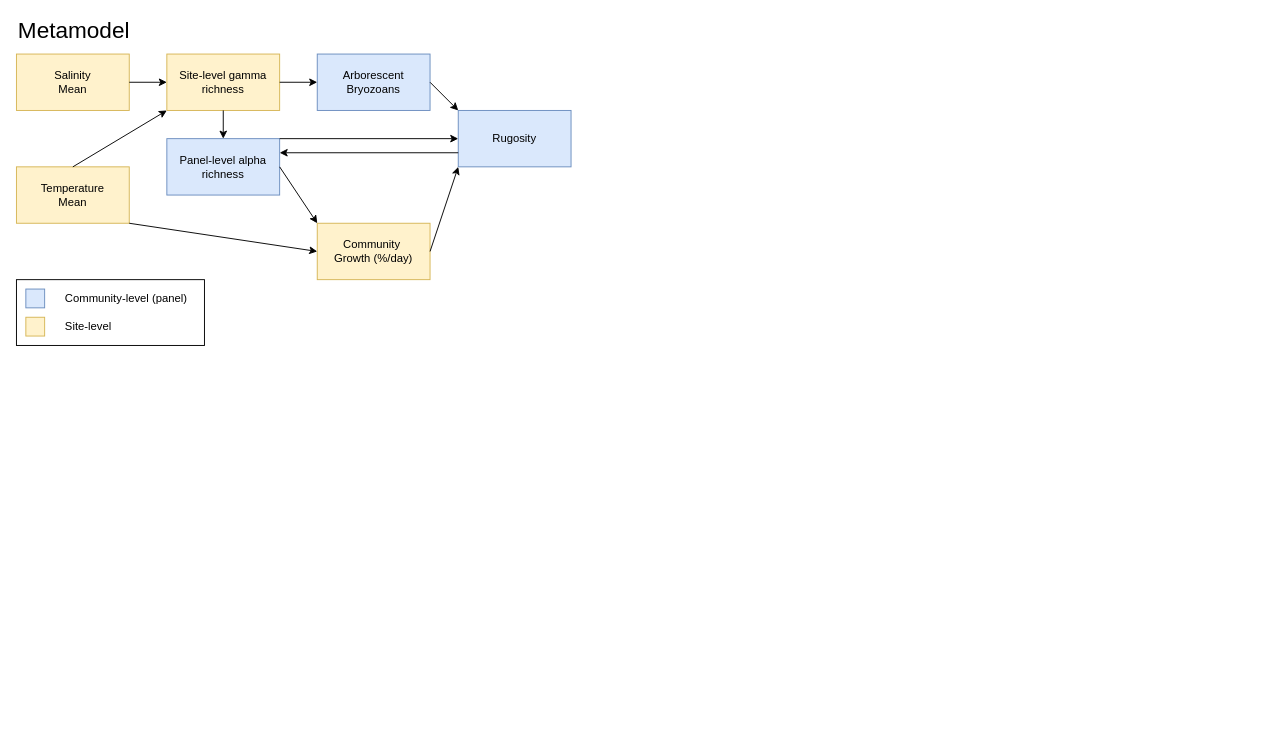
The draw.io diagram sem/Untitled Diagram.drawio in mawhal/panels-complexity, before the edit. Source tidied: cells renumbered, new cells numbered last; positions are measured from the earlier drawing's top-left corner, leaving out a move shared by most shapes. Both pictures are drawn from the tidied source at 94%, with x=0, y=0 at pixel (16, 16).
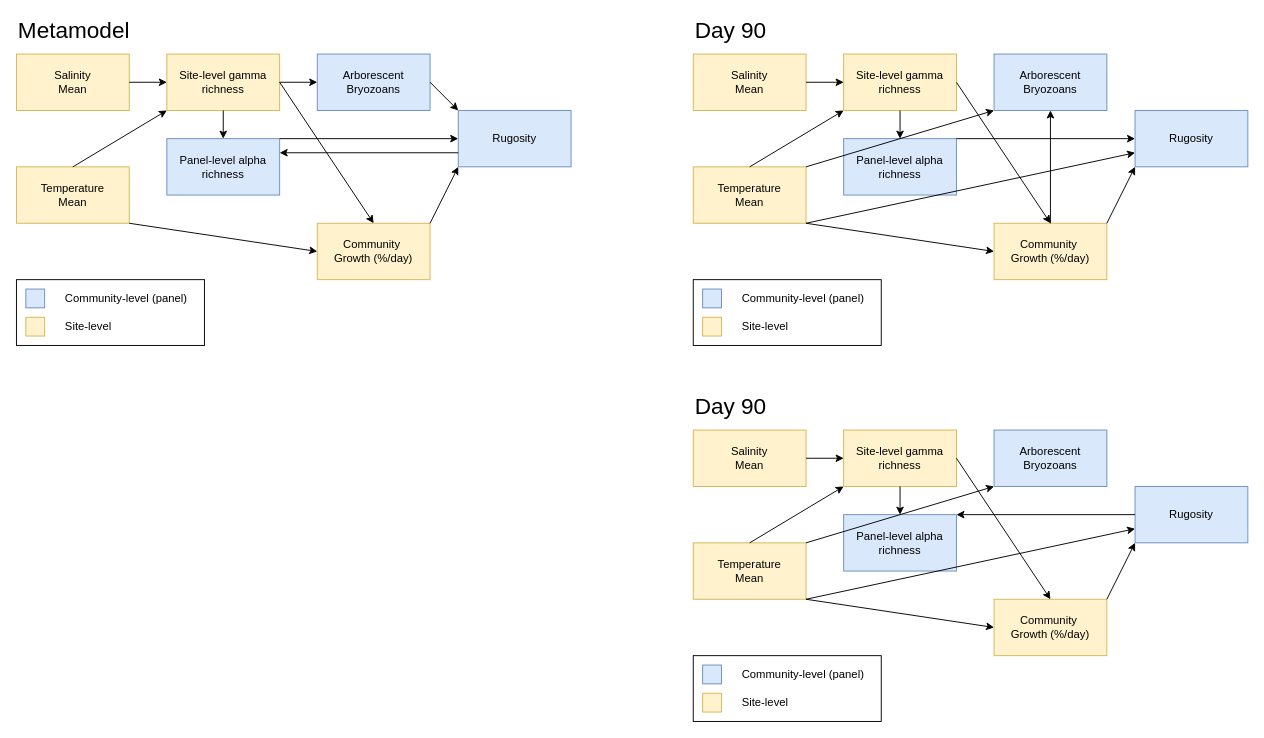
Above is the later version.

The change refers to these unchanged cells:
```xml
<mxCell id="3" value="Community&amp;nbsp;&lt;div&gt;Growth (%/day)&lt;/div&gt;" style="whiteSpace=wrap;html=1;rounded=0;fillColor=#fff2cc;strokeColor=#d6b656;" parent="1" vertex="1">
  <mxGeometry x="320" y="220" width="120" height="60" as="geometry" />
</mxCell>
<mxCell id="5" value="Rugosity" style="whiteSpace=wrap;html=1;rounded=0;fillColor=#dae8fc;strokeColor=#6c8ebf;" parent="1" vertex="1">
  <mxGeometry x="470" y="100" width="120" height="60" as="geometry" />
</mxCell>
<mxCell id="6" value="Arborescent Bryozoans" style="rounded=0;whiteSpace=wrap;html=1;fillColor=#dae8fc;strokeColor=#6c8ebf;" parent="1" vertex="1">
  <mxGeometry x="320" y="40" width="120" height="60" as="geometry" />
</mxCell>
<mxCell id="7" value="Site-level gamma richness" style="whiteSpace=wrap;html=1;rounded=0;fillColor=#fff2cc;strokeColor=#d6b656;" parent="1" vertex="1">
  <mxGeometry x="160" y="40" width="120" height="60" as="geometry" />
</mxCell>
<mxCell id="8" value="Panel-level alpha richness" style="whiteSpace=wrap;html=1;rounded=0;fillColor=#dae8fc;strokeColor=#6c8ebf;" parent="1" vertex="1">
  <mxGeometry x="160" y="130" width="120" height="60" as="geometry" />
</mxCell>
```

What changed in the source:
```diff
@@
-    <mxCell id="10" style="endArrow=classic;html=1;rounded=0;exitX=1;exitY=0.5;exitDx=0;exitDy=0;entryX=0;entryY=1;entryDx=0;entryDy=0;" parent="1" edge="1" source="3" target="5">
+    <mxCell id="10" style="endArrow=classic;html=1;rounded=0;exitX=1;exitY=0;exitDx=0;exitDy=0;entryX=0;entryY=1;entryDx=0;entryDy=0;" parent="1" edge="1" source="3" target="5">
       <mxGeometry relative="1" as="geometry" />
     </mxCell>
@@
-    <mxCell id="16" style="endArrow=classic;html=1;rounded=0;exitX=1;exitY=0.5;exitDx=0;exitDy=0;entryX=0;entryY=0.5;entryDx=0;entryDy=0;" parent="1" edge="1" source="7" target="6">
+    <mxCell id="16" style="endArrow=classic;html=1;rounded=0;entryX=0;entryY=0.5;entryDx=0;entryDy=0;exitX=1;exitY=0.5;exitDx=0;exitDy=0;" parent="1" edge="1" source="7" target="6">
       <mxGeometry relative="1" as="geometry" />
     </mxCell>
-    <mxCell id="17" style="endArrow=classic;html=1;rounded=0;entryX=0;entryY=0;entryDx=0;entryDy=0;exitX=1;exitY=0.5;exitDx=0;exitDy=0;" parent="1" edge="1" source="8" target="3">
-      <mxGeometry relative="1" as="geometry" />
-    </mxCell>
@@
+    <mxCell id="26" value="Salinity&lt;div&gt;Mean&lt;/div&gt;" style="rounded=0;whiteSpace=wrap;html=1;fillColor=#fff2cc;strokeColor=#d6b656;" parent="1" vertex="1">
+      <mxGeometry x="720" y="40" width="120" height="60" as="geometry" />
+    </mxCell>
+    <mxCell id="27" value="Community&amp;nbsp;&lt;div&gt;Growth (%/day)&lt;/div&gt;" style="whiteSpace=wrap;html=1;rounded=0;fillColor=#fff2cc;strokeColor=#d6b656;" parent="1" vertex="1">
+      <mxGeometry x="1040" y="220" width="120" height="60" as="geometry" />
+    </mxCell>
+    <mxCell id="28" value="Temperature&lt;div&gt;Mean&lt;/div&gt;" style="rounded=0;whiteSpace=wrap;html=1;fillColor=#fff2cc;strokeColor=#d6b656;" parent="1" vertex="1">
+      <mxGeometry x="720" y="160" width="120" height="60" as="geometry" />
+    </mxCell>
+    <mxCell id="29" value="Rugosity" style="whiteSpace=wrap;html=1;rounded=0;fillColor=#dae8fc;strokeColor=#6c8ebf;" parent="1" vertex="1">
+      <mxGeometry x="1190" y="100" width="120" height="60" as="geometry" />
+    </mxCell>
+    <mxCell id="30" value="Arborescent Bryozoans" style="rounded=0;whiteSpace=wrap;html=1;fillColor=#dae8fc;strokeColor=#6c8ebf;" parent="1" vertex="1">
+      <mxGeometry x="1040" y="40" width="120" height="60" as="geometry" />
+    </mxCell>
+    <mxCell id="31" value="Site-level gamma richness" style="whiteSpace=wrap;html=1;rounded=0;fillColor=#fff2cc;strokeColor=#d6b656;" parent="1" vertex="1">
+      <mxGeometry x="880" y="40" width="120" height="60" as="geometry" />
+    </mxCell>
+    <mxCell id="32" value="Panel-level alpha richness" style="whiteSpace=wrap;html=1;rounded=0;fillColor=#dae8fc;strokeColor=#6c8ebf;" parent="1" vertex="1">
+      <mxGeometry x="880" y="130" width="120" height="60" as="geometry" />
+    </mxCell>
+    <mxCell id="33" style="endArrow=classic;html=1;rounded=0;entryX=0;entryY=0.5;entryDx=0;entryDy=0;exitX=1;exitY=0;exitDx=0;exitDy=0;" parent="1" edge="1" source="32" target="29">
+      <mxGeometry relative="1" as="geometry" />
+    </mxCell>
+    <mxCell id="34" style="endArrow=classic;html=1;rounded=0;exitX=1;exitY=0;exitDx=0;exitDy=0;entryX=0;entryY=1;entryDx=0;entryDy=0;" parent="1" edge="1" source="27" target="29">
+      <mxGeometry relative="1" as="geometry" />
+    </mxCell>
+    <mxCell id="35" style="endArrow=classic;html=1;rounded=0;exitX=0.5;exitY=1;exitDx=0;exitDy=0;entryX=0.5;entryY=0;entryDx=0;entryDy=0;" parent="1" edge="1" source="31" target="32">
+      <mxGeometry relative="1" as="geometry" />
+    </mxCell>
+    <mxCell id="36" style="endArrow=classic;html=1;rounded=0;exitX=1;exitY=0.5;exitDx=0;exitDy=0;entryX=0;entryY=0.5;entryDx=0;entryDy=0;" parent="1" edge="1" source="26" target="31">
+      <mxGeometry relative="1" as="geometry" />
+    </mxCell>
+    <mxCell id="37" style="endArrow=classic;html=1;rounded=0;exitX=0.5;exitY=0;exitDx=0;exitDy=0;entryX=0;entryY=1;entryDx=0;entryDy=0;" parent="1" edge="1" source="28" target="31">
+      <mxGeometry relative="1" as="geometry" />
+    </mxCell>
+    <mxCell id="38" style="endArrow=classic;html=1;rounded=0;exitX=1;exitY=1;exitDx=0;exitDy=0;entryX=0;entryY=0.5;entryDx=0;entryDy=0;" parent="1" edge="1" source="28" target="27">
+      <mxGeometry relative="1" as="geometry" />
+    </mxCell>
+    <mxCell id="39" style="group;" parent="1" vertex="1">
+      <mxGeometry x="730" y="280" width="210" height="70" as="geometry" />
+    </mxCell>
+    <mxCell id="40" style="rounded=0;whiteSpace=wrap;html=1;" parent="39" vertex="1">
+      <mxGeometry x="-10" width="200" height="70" as="geometry" />
+    </mxCell>
+    <mxCell id="41" style="rounded=0;whiteSpace=wrap;html=1;fillColor=#dae8fc;strokeColor=#6c8ebf;" parent="39" vertex="1">
+      <mxGeometry y="10" width="20" height="20" as="geometry" />
+    </mxCell>
+    <mxCell id="42" style="rounded=0;whiteSpace=wrap;html=1;fillColor=#fff2cc;strokeColor=#d6b656;" parent="39" vertex="1">
+      <mxGeometry y="40" width="20" height="20" as="geometry" />
+    </mxCell>
+    <mxCell id="43" value="Site-level" style="text;html=1;align=left;verticalAlign=middle;whiteSpace=wrap;rounded=0;" parent="39" vertex="1">
+      <mxGeometry x="40" y="35" width="120" height="30" as="geometry" />
+    </mxCell>
+    <mxCell id="44" value="Community-level (panel)" style="text;html=1;align=left;verticalAlign=middle;whiteSpace=wrap;rounded=0;" parent="39" vertex="1">
+      <mxGeometry x="40" y="5" width="170" height="30" as="geometry" />
+    </mxCell>
+    <mxCell id="45" value="Day 90" style="text;html=1;align=left;verticalAlign=middle;whiteSpace=wrap;rounded=0;fontSize=24;" parent="1" vertex="1">
+      <mxGeometry x="720" width="80" height="30" as="geometry" />
+    </mxCell>
+    <mxCell id="46" style="endArrow=classic;html=1;rounded=0;exitX=1;exitY=0;exitDx=0;exitDy=0;entryX=0;entryY=1;entryDx=0;entryDy=0;" parent="1" edge="1" source="28" target="30">
+      <mxGeometry relative="1" as="geometry" />
+    </mxCell>
+    <mxCell id="47" style="endArrow=classic;html=1;rounded=0;exitX=1;exitY=0.5;exitDx=0;exitDy=0;entryX=0.5;entryY=0;entryDx=0;entryDy=0;" parent="1" edge="1" source="31" target="27">
+      <mxGeometry relative="1" as="geometry" />
+    </mxCell>
+    <mxCell id="48" style="endArrow=classic;html=1;rounded=0;entryX=0.5;entryY=0;entryDx=0;entryDy=0;exitX=1;exitY=0.5;exitDx=0;exitDy=0;" parent="1" edge="1" source="7" target="3">
+      <mxGeometry relative="1" as="geometry" />
+    </mxCell>
+    <mxCell id="49" value="Salinity&lt;div&gt;Mean&lt;/div&gt;" style="rounded=0;whiteSpace=wrap;html=1;fillColor=#fff2cc;strokeColor=#d6b656;" parent="1" vertex="1">
+      <mxGeometry x="720" y="440" width="120" height="60" as="geometry" />
+    </mxCell>
+    <mxCell id="50" value="Community&amp;nbsp;&lt;div&gt;Growth (%/day)&lt;/div&gt;" style="whiteSpace=wrap;html=1;rounded=0;fillColor=#fff2cc;strokeColor=#d6b656;" parent="1" vertex="1">
+      <mxGeometry x="1040" y="620" width="120" height="60" as="geometry" />
+    </mxCell>
+    <mxCell id="51" value="Temperature&lt;div&gt;Mean&lt;/div&gt;" style="rounded=0;whiteSpace=wrap;html=1;fillColor=#fff2cc;strokeColor=#d6b656;" parent="1" vertex="1">
+      <mxGeometry x="720" y="560" width="120" height="60" as="geometry" />
+    </mxCell>
+    <mxCell id="52" value="Rugosity" style="whiteSpace=wrap;html=1;rounded=0;fillColor=#dae8fc;strokeColor=#6c8ebf;" parent="1" vertex="1">
+      <mxGeometry x="1190" y="500" width="120" height="60" as="geometry" />
+    </mxCell>
+    <mxCell id="53" value="Arborescent Bryozoans" style="rounded=0;whiteSpace=wrap;html=1;fillColor=#dae8fc;strokeColor=#6c8ebf;" parent="1" vertex="1">
+      <mxGeometry x="1040" y="440" width="120" height="60" as="geometry" />
+    </mxCell>
+    <mxCell id="54" value="Site-level gamma richness" style="whiteSpace=wrap;html=1;rounded=0;fillColor=#fff2cc;strokeColor=#d6b656;" parent="1" vertex="1">
+      <mxGeometry x="880" y="440" width="120" height="60" as="geometry" />
+    </mxCell>
+    <mxCell id="55" value="Panel-level alpha richness" style="whiteSpace=wrap;html=1;rounded=0;fillColor=#dae8fc;strokeColor=#6c8ebf;" parent="1" vertex="1">
+      <mxGeometry x="880" y="530" width="120" height="60" as="geometry" />
+    </mxCell>
+    <mxCell id="56" style="endArrow=classic;html=1;rounded=0;exitX=0;exitY=0.5;exitDx=0;exitDy=0;entryX=1;entryY=0;entryDx=0;entryDy=0;" parent="1" edge="1" source="52" target="55">
+      <mxGeometry relative="1" as="geometry" />
+    </mxCell>
+    <mxCell id="57" style="endArrow=classic;html=1;rounded=0;exitX=1;exitY=0;exitDx=0;exitDy=0;entryX=0;entryY=1;entryDx=0;entryDy=0;" parent="1" edge="1" source="50" target="52">
+      <mxGeometry relative="1" as="geometry" />
+    </mxCell>
+    <mxCell id="58" style="endArrow=classic;html=1;rounded=0;exitX=0.5;exitY=1;exitDx=0;exitDy=0;entryX=0.5;entryY=0;entryDx=0;entryDy=0;" parent="1" edge="1" source="54" target="55">
+      <mxGeometry relative="1" as="geometry" />
+    </mxCell>
+    <mxCell id="59" style="endArrow=classic;html=1;rounded=0;exitX=1;exitY=0.5;exitDx=0;exitDy=0;entryX=0;entryY=0.5;entryDx=0;entryDy=0;" parent="1" edge="1" source="49" target="54">
+      <mxGeometry relative="1" as="geometry" />
+    </mxCell>
+    <mxCell id="60" style="endArrow=classic;html=1;rounded=0;exitX=0.5;exitY=0;exitDx=0;exitDy=0;entryX=0;entryY=1;entryDx=0;entryDy=0;" parent="1" edge="1" source="51" target="54">
+      <mxGeometry relative="1" as="geometry" />
+    </mxCell>
+    <mxCell id="61" style="endArrow=classic;html=1;rounded=0;exitX=1;exitY=1;exitDx=0;exitDy=0;entryX=0;entryY=0.5;entryDx=0;entryDy=0;" parent="1" edge="1" source="51" target="50">
+      <mxGeometry relative="1" as="geometry" />
+    </mxCell>
+    <mxCell id="62" style="group;" parent="1" vertex="1">
+      <mxGeometry x="730" y="680" width="210" height="70" as="geometry" />
+    </mxCell>
+    <mxCell id="63" style="rounded=0;whiteSpace=wrap;html=1;" parent="62" vertex="1">
+      <mxGeometry x="-10" width="200" height="70" as="geometry" />
+    </mxCell>
+    <mxCell id="64" style="rounded=0;whiteSpace=wrap;html=1;fillColor=#dae8fc;strokeColor=#6c8ebf;" parent="62" vertex="1">
+      <mxGeometry y="10" width="20" height="20" as="geometry" />
+    </mxCell>
+    <mxCell id="65" style="rounded=0;whiteSpace=wrap;html=1;fillColor=#fff2cc;strokeColor=#d6b656;" parent="62" vertex="1">
+      <mxGeometry y="40" width="20" height="20" as="geometry" />
+    </mxCell>
+    <mxCell id="66" value="Site-level" style="text;html=1;align=left;verticalAlign=middle;whiteSpace=wrap;rounded=0;" parent="62" vertex="1">
+      <mxGeometry x="40" y="35" width="120" height="30" as="geometry" />
+    </mxCell>
+    <mxCell id="67" value="Community-level (panel)" style="text;html=1;align=left;verticalAlign=middle;whiteSpace=wrap;rounded=0;" parent="62" vertex="1">
+      <mxGeometry x="40" y="5" width="170" height="30" as="geometry" />
+    </mxCell>
+    <mxCell id="68" value="Day 90" style="text;html=1;align=left;verticalAlign=middle;whiteSpace=wrap;rounded=0;fontSize=24;" parent="1" vertex="1">
+      <mxGeometry x="720" y="400" width="80" height="30" as="geometry" />
+    </mxCell>
+    <mxCell id="69" style="endArrow=classic;html=1;rounded=0;exitX=1;exitY=0;exitDx=0;exitDy=0;entryX=0;entryY=1;entryDx=0;entryDy=0;" parent="1" edge="1" source="51" target="53">
+      <mxGeometry relative="1" as="geometry" />
+    </mxCell>
+    <mxCell id="70" style="endArrow=classic;html=1;rounded=0;exitX=1;exitY=0.5;exitDx=0;exitDy=0;entryX=0.5;entryY=0;entryDx=0;entryDy=0;" parent="1" edge="1" source="54" target="50">
+      <mxGeometry relative="1" as="geometry" />
+    </mxCell>
+    <mxCell id="71" style="endArrow=classic;html=1;rounded=0;exitX=1;exitY=1;exitDx=0;exitDy=0;entryX=0;entryY=0.75;entryDx=0;entryDy=0;" parent="1" edge="1" source="28" target="29">
+      <mxGeometry relative="1" as="geometry" />
+    </mxCell>
+    <mxCell id="72" style="endArrow=classic;html=1;rounded=0;entryX=0.5;entryY=1;entryDx=0;entryDy=0;exitX=0.5;exitY=0;exitDx=0;exitDy=0;" parent="1" edge="1" source="27" target="30">
+      <mxGeometry relative="1" as="geometry" />
+    </mxCell>
+    <mxCell id="73" style="endArrow=classic;html=1;rounded=0;exitX=1;exitY=1;exitDx=0;exitDy=0;entryX=0;entryY=0.75;entryDx=0;entryDy=0;" parent="1" edge="1">
+      <mxGeometry relative="1" as="geometry">
+        <mxPoint x="840" y="620" as="sourcePoint" />
+        <mxPoint x="1190" y="545" as="targetPoint" />
+      </mxGeometry>
+    </mxCell>
```
